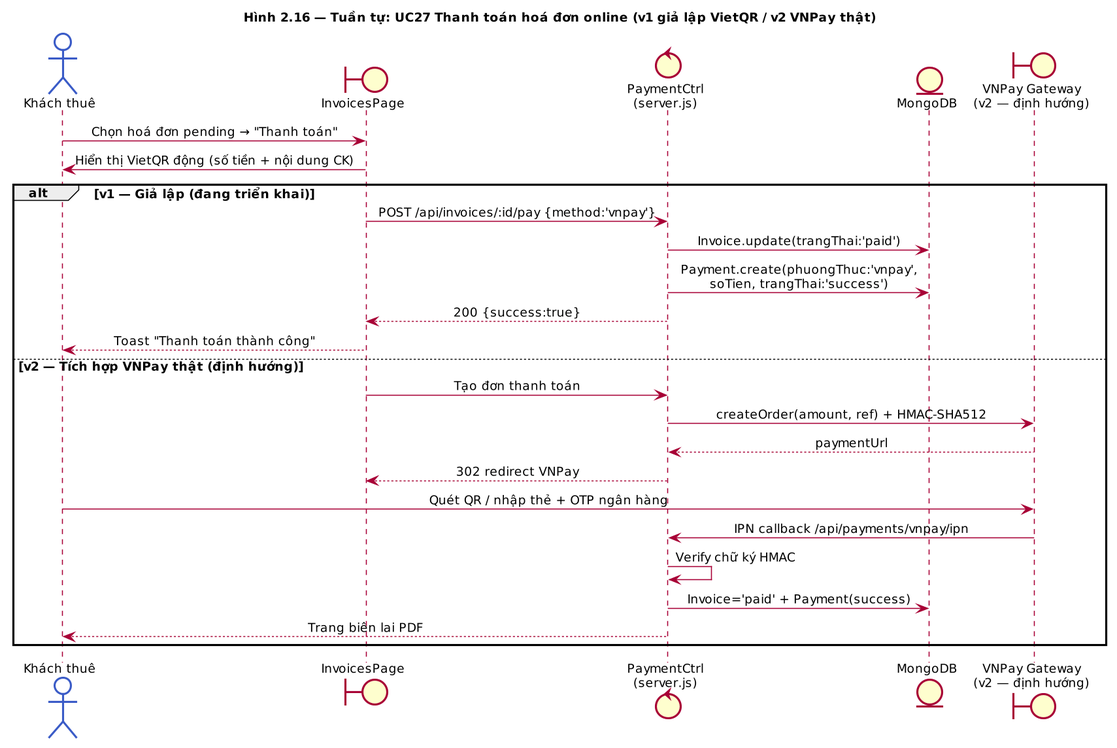
The PlantUML diagram docs/diagrams/png/2.16_seq_payment_vnpay.png in DiepTuHuy/Hostel_Management, before a commit. Its diagram source:
```plantuml
@startuml Seq_Payment_Online
title Hình 2.16 — Tuần tự: UC27 Thanh toán hoá đơn online (v1 giả lập VietQR / v2 VNPay thật)

skinparam dpi 150
skinparam shadowing false
skinparam defaultFontName "Segoe UI"
skinparam defaultFontSize 12
skinparam sequenceMessageAlign center
skinparam ParticipantBackgroundColor #E0F2F1
skinparam ParticipantBorderColor #00695C
skinparam ActorBackgroundColor #FFFFFF
skinparam ActorBorderColor #3A5BC7

actor    "Khách thuê"  as Tenant
boundary "InvoicesPage" as UI
control  "PaymentCtrl\n(server.js)" as Pay
entity   "MongoDB"     as DB
boundary "VNPay Gateway\n(v2 — định hướng)" as VNP

Tenant -> UI : Chọn hoá đơn pending → "Thanh toán"
UI -> Tenant : Hiển thị VietQR động (số tiền + nội dung CK)

alt v1 — Giả lập (đang triển khai)
  UI -> Pay : POST /api/invoices/:id/pay {method:'vnpay'}
  Pay -> DB : Invoice.update(trangThai:'paid')
  Pay -> DB : Payment.create(phuongThuc:'vnpay',\nsoTien, trangThai:'success')
  Pay --> UI : 200 {success:true}
  UI --> Tenant : Toast "Thanh toán thành công"
else v2 — Tích hợp VNPay thật (định hướng)
  UI -> Pay : Tạo đơn thanh toán
  Pay -> VNP : createOrder(amount, ref) + HMAC-SHA512
  VNP --> Pay : paymentUrl
  Pay --> UI : 302 redirect VNPay
  Tenant -> VNP : Quét QR / nhập thẻ + OTP ngân hàng
  VNP -> Pay : IPN callback /api/payments/vnpay/ipn
  Pay -> Pay : Verify chữ ký HMAC
  Pay -> DB : Invoice='paid' + Payment(success)
  Pay --> Tenant : Trang biên lai PDF
end

@enduml
```
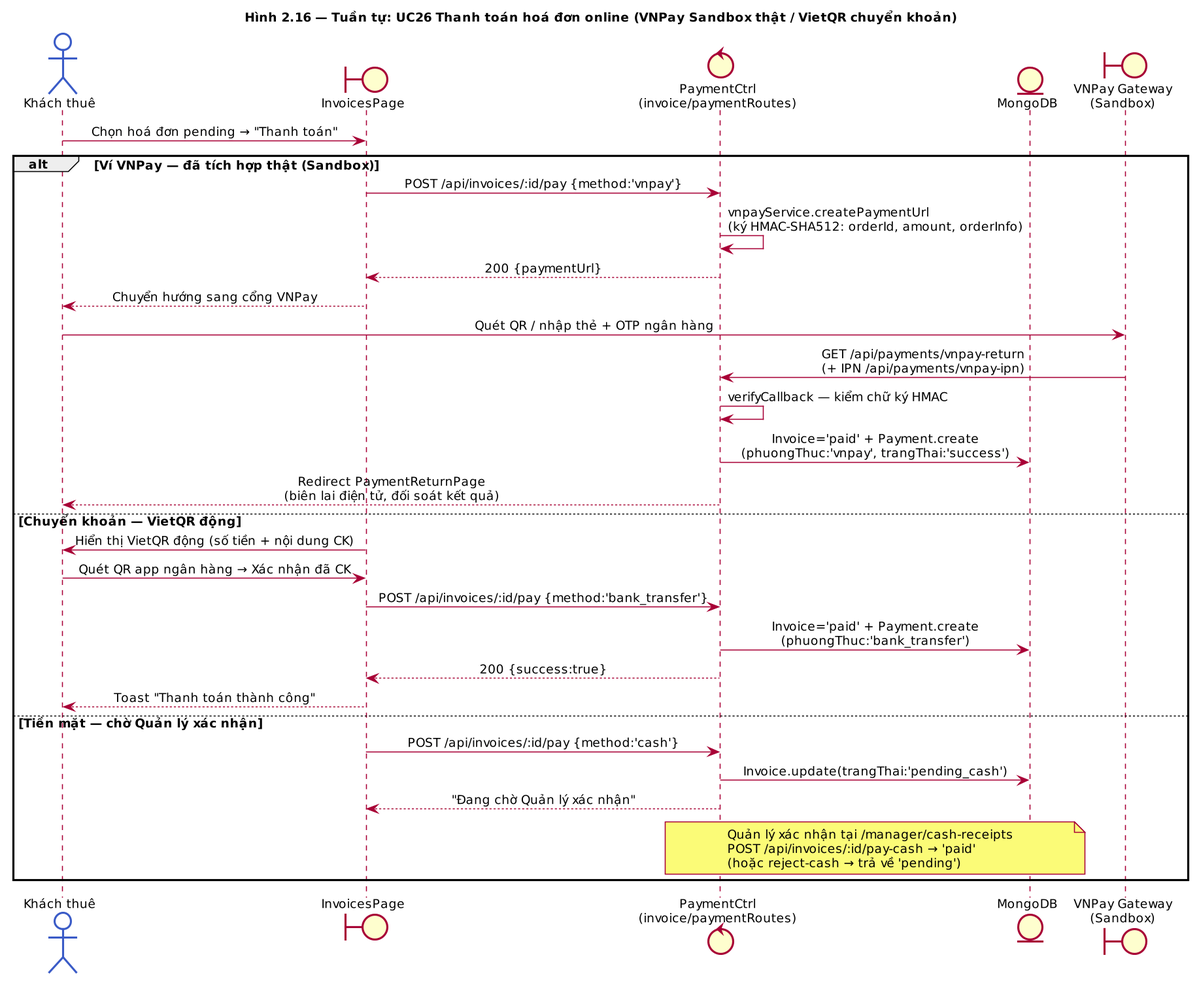
Above is the later version.

Diff of the diagram source:
```diff
@@ -1,5 +1,5 @@
 @startuml Seq_Payment_Online
-title Hình 2.16 — Tuần tự: UC27 Thanh toán hoá đơn online (v1 giả lập VietQR / v2 VNPay thật)
+title Hình 2.16 — Tuần tự: UC26 Thanh toán hoá đơn online (VNPay Sandbox thật / VietQR chuyển khoản)
 
 skinparam dpi 150
 skinparam shadowing false
@@ -13,29 +13,34 @@
 
 actor    "Khách thuê"  as Tenant
 boundary "InvoicesPage" as UI
-control  "PaymentCtrl\n(server.js)" as Pay
+control  "PaymentCtrl\n(invoice/paymentRoutes)" as Pay
 entity   "MongoDB"     as DB
-boundary "VNPay Gateway\n(v2 — định hướng)" as VNP
+boundary "VNPay Gateway\n(Sandbox)" as VNP
 
 Tenant -> UI : Chọn hoá đơn pending → "Thanh toán"
-UI -> Tenant : Hiển thị VietQR động (số tiền + nội dung CK)
 
-alt v1 — Giả lập (đang triển khai)
+alt Ví VNPay — đã tích hợp thật (Sandbox)
   UI -> Pay : POST /api/invoices/:id/pay {method:'vnpay'}
-  Pay -> DB : Invoice.update(trangThai:'paid')
-  Pay -> DB : Payment.create(phuongThuc:'vnpay',\nsoTien, trangThai:'success')
+  Pay -> Pay : vnpayService.createPaymentUrl\n(ký HMAC-SHA512: orderId, amount, orderInfo)
+  Pay --> UI : 200 {paymentUrl}
+  UI --> Tenant : Chuyển hướng sang cổng VNPay
+  Tenant -> VNP : Quét QR / nhập thẻ + OTP ngân hàng
+  VNP -> Pay : GET /api/payments/vnpay-return\n(+ IPN /api/payments/vnpay-ipn)
+  Pay -> Pay : verifyCallback — kiểm chữ ký HMAC
+  Pay -> DB : Invoice='paid' + Payment.create\n(phuongThuc:'vnpay', trangThai:'success')
+  Pay --> Tenant : Redirect PaymentReturnPage\n(biên lai điện tử, đối soát kết quả)
+else Chuyển khoản — VietQR động
+  UI -> Tenant : Hiển thị VietQR động (số tiền + nội dung CK)
+  Tenant -> UI : Quét QR app ngân hàng → Xác nhận đã CK
+  UI -> Pay : POST /api/invoices/:id/pay {method:'bank_transfer'}
+  Pay -> DB : Invoice='paid' + Payment.create\n(phuongThuc:'bank_transfer')
   Pay --> UI : 200 {success:true}
   UI --> Tenant : Toast "Thanh toán thành công"
-else v2 — Tích hợp VNPay thật (định hướng)
-  UI -> Pay : Tạo đơn thanh toán
-  Pay -> VNP : createOrder(amount, ref) + HMAC-SHA512
-  VNP --> Pay : paymentUrl
-  Pay --> UI : 302 redirect VNPay
-  Tenant -> VNP : Quét QR / nhập thẻ + OTP ngân hàng
-  VNP -> Pay : IPN callback /api/payments/vnpay/ipn
-  Pay -> Pay : Verify chữ ký HMAC
-  Pay -> DB : Invoice='paid' + Payment(success)
-  Pay --> Tenant : Trang biên lai PDF
+else Tiền mặt — chờ Quản lý xác nhận
+  UI -> Pay : POST /api/invoices/:id/pay {method:'cash'}
+  Pay -> DB : Invoice.update(trangThai:'pending_cash')
+  Pay --> UI : "Đang chờ Quản lý xác nhận"
+  note over Pay, DB : Quản lý xác nhận tại /manager/cash-receipts\nPOST /api/invoices/:id/pay-cash → 'paid'\n(hoặc reject-cash → trả về 'pending')
 end
 
 @enduml
```
